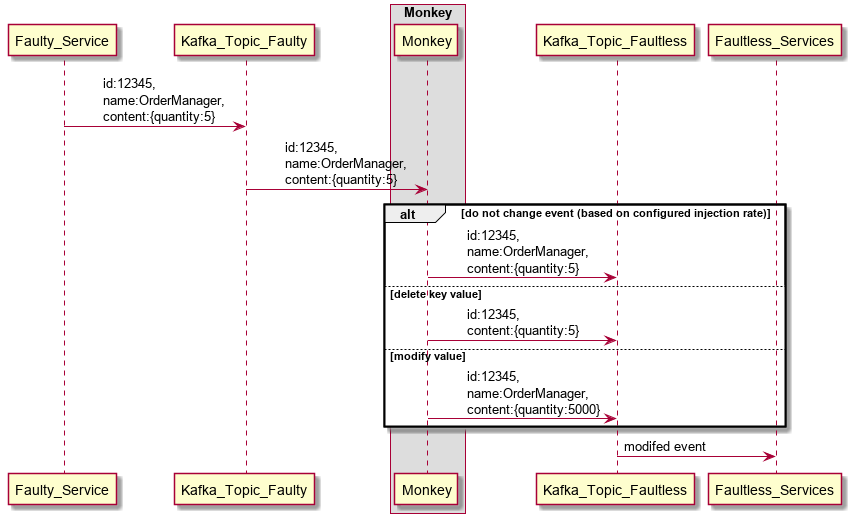
The PlantUML diagram overview.png in SeniorTest/kafka-event-chaos-injection, before a commit. Its diagram source:
```plantuml
@startuml
participant Faulty_Service
participant Kafka_Topic_Faulty
box Monkey
participant Monkey
end box
participant Kafka_Topic_Faultless
participant Faultless_Services


Faulty_Service -> Kafka_Topic_Faulty: \tid:12345, \n\tname:OrderManager, \n\tcontent:{quantity:5}
Kafka_Topic_Faulty -> Monkey: \tid:12345, \n\tname:OrderManager, \n\tcontent:{quantity:5}

alt do not change event (based on configured injection rate)
Monkey -> Kafka_Topic_Faultless: \tid:12345, \n\tname:OrderManager, \n\tcontent:{quantity:5}
else delete key value
Monkey -> Kafka_Topic_Faultless: \tid:12345, \n\tcontent:{quantity:5}
else modify value
Monkey -> Kafka_Topic_Faultless: \tid:12345, \n\tname:OrderManager, \n\tcontent:{quantity:5000}
end opt

Kafka_Topic_Faultless -> Faultless_Services: modifed event
@enduml
```
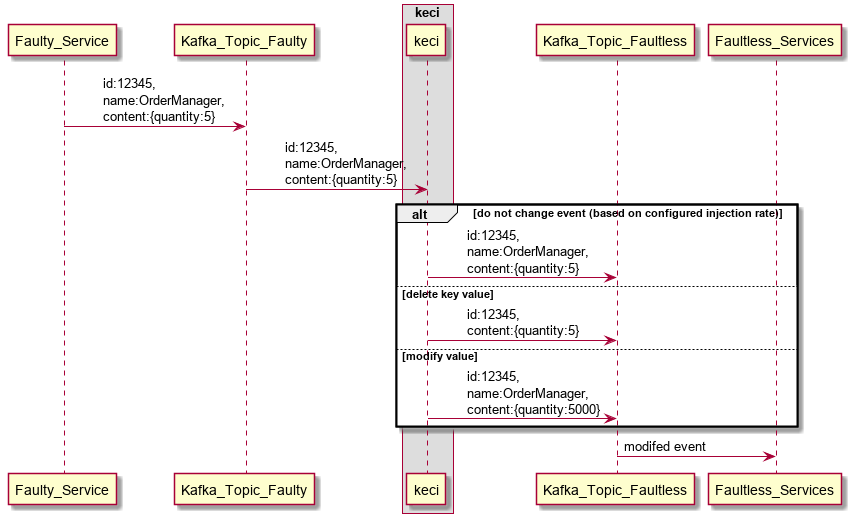
After the change.

Commit message:
renamed monkey to keci in diagram

The edit, as a diff of the source:
```diff
@@ -1,22 +1,22 @@
 @startuml
 participant Faulty_Service
 participant Kafka_Topic_Faulty
-box Monkey
-participant Monkey
+box keci
+participant keci
 end box
 participant Kafka_Topic_Faultless
 participant Faultless_Services
 
 
 Faulty_Service -> Kafka_Topic_Faulty: \tid:12345, \n\tname:OrderManager, \n\tcontent:{quantity:5}
-Kafka_Topic_Faulty -> Monkey: \tid:12345, \n\tname:OrderManager, \n\tcontent:{quantity:5}
+Kafka_Topic_Faulty -> keci: \tid:12345, \n\tname:OrderManager, \n\tcontent:{quantity:5}
 
 alt do not change event (based on configured injection rate)
-Monkey -> Kafka_Topic_Faultless: \tid:12345, \n\tname:OrderManager, \n\tcontent:{quantity:5}
+keci -> Kafka_Topic_Faultless: \tid:12345, \n\tname:OrderManager, \n\tcontent:{quantity:5}
 else delete key value
-Monkey -> Kafka_Topic_Faultless: \tid:12345, \n\tcontent:{quantity:5}
+keci -> Kafka_Topic_Faultless: \tid:12345, \n\tcontent:{quantity:5}
 else modify value
-Monkey -> Kafka_Topic_Faultless: \tid:12345, \n\tname:OrderManager, \n\tcontent:{quantity:5000}
+keci -> Kafka_Topic_Faultless: \tid:12345, \n\tname:OrderManager, \n\tcontent:{quantity:5000}
 end opt
 
 Kafka_Topic_Faultless -> Faultless_Services: modifed event
```
